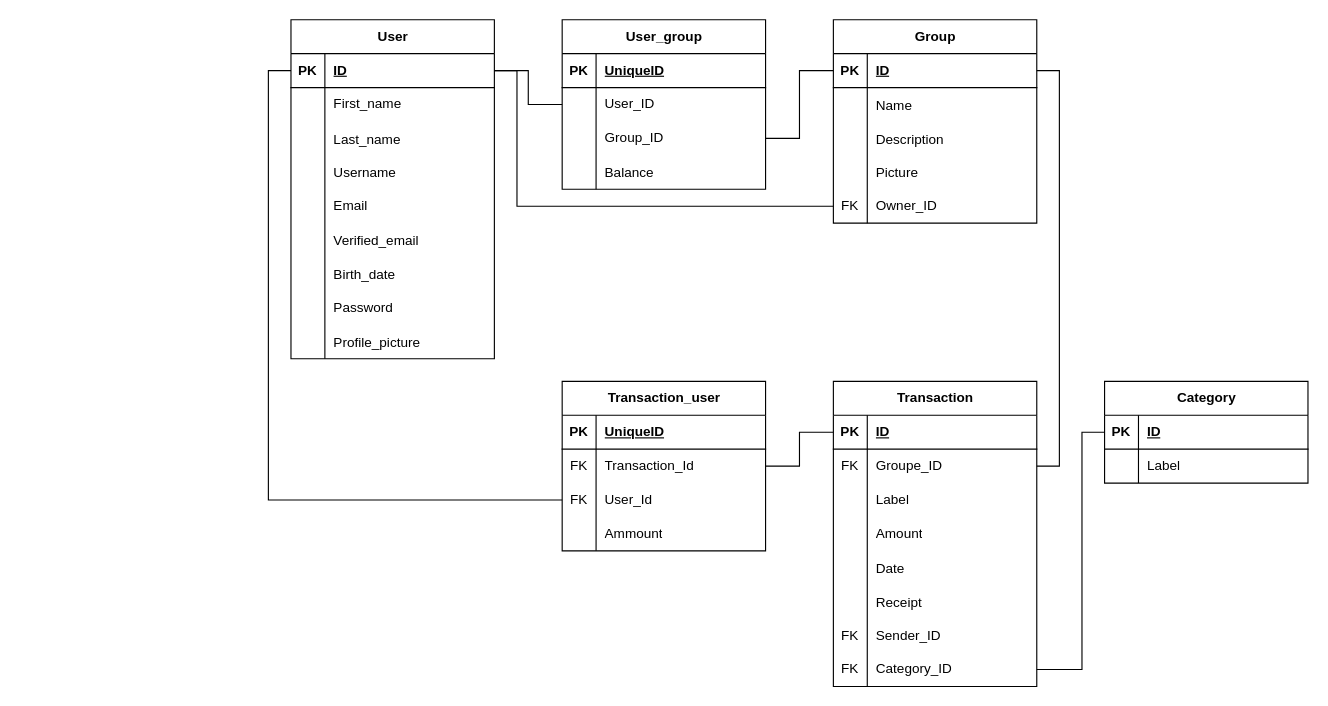
Above: Non Code/Diagramme_BDD.drawio in Titan327/3PROJ (draw.io), before the change. Source tidied: cells renumbered, new cells numbered last; positions are measured from the earlier drawing's top-left corner, leaving out a move shared by most shapes. Both pictures are drawn from the tidied source at 113%, with x=0, y=0 at pixel (268, 19).
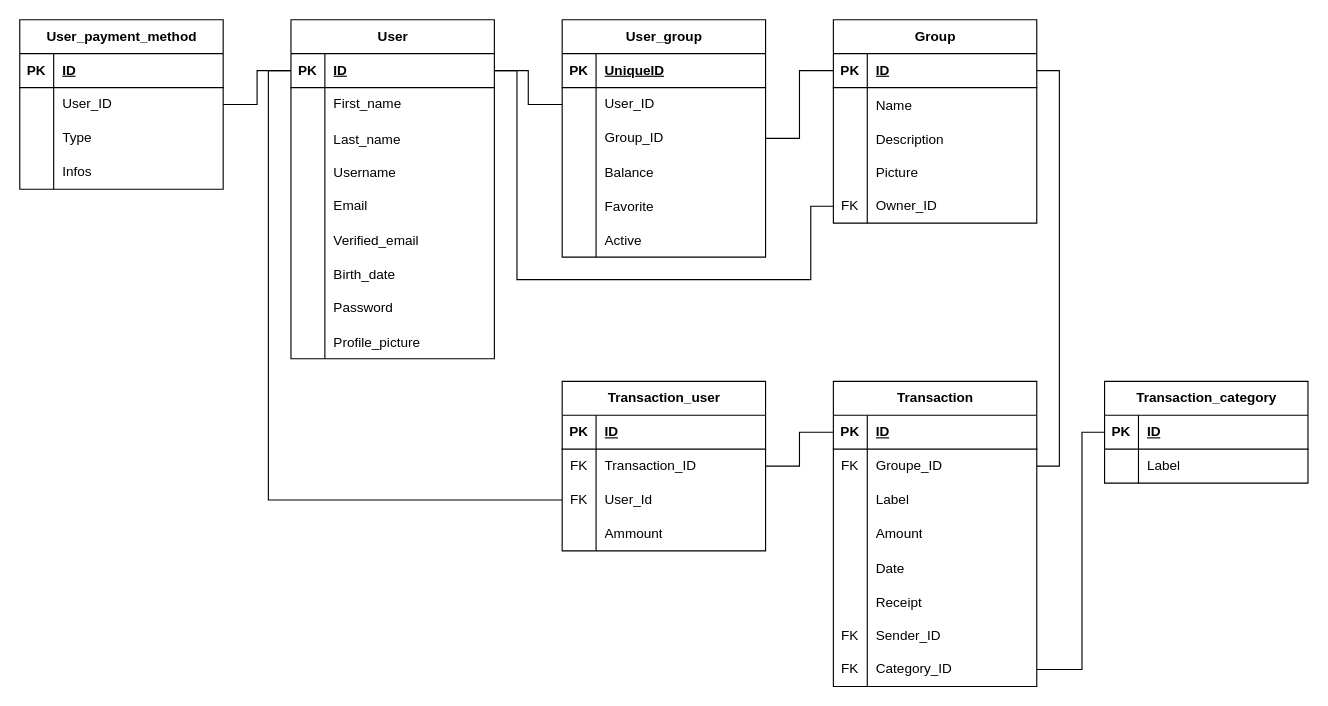
The same page after the edit.

The change refers to these unchanged cells:
```xml
<mxCell id="3" style="shape=tableRow;horizontal=0;startSize=0;swimlaneHead=0;swimlaneBody=0;fillColor=none;points=[[0,0.5],[1,0.5]];portConstraint=eastwest;top=0;left=0;right=0;bottom=1;" parent="2" vertex="1">
  <mxGeometry y="30" width="180" height="30" as="geometry" />
</mxCell>
<mxCell id="43" style="shape=tableRow;horizontal=0;startSize=0;swimlaneHead=0;swimlaneBody=0;fillColor=none;points=[[0,0.5],[1,0.5]];portConstraint=eastwest;top=0;left=0;right=0;bottom=0;" parent="30" vertex="1">
  <mxGeometry y="150" width="180" height="30" as="geometry" />
</mxCell>
<mxCell id="96" style="shape=tableRow;horizontal=0;startSize=0;swimlaneHead=0;swimlaneBody=0;fillColor=none;top=0;left=0;right=0;bottom=1;" parent="95" vertex="1">
  <mxGeometry y="30" width="180" height="30" as="geometry" />
</mxCell>
<mxCell id="99" style="shape=tableRow;horizontal=0;startSize=0;swimlaneHead=0;swimlaneBody=0;fillColor=none;points=[[0,0.5],[1,0.5]];portConstraint=eastwest;top=0;left=0;right=0;bottom=0;" parent="95" vertex="1">
  <mxGeometry y="60" width="180" height="30" as="geometry" />
</mxCell>
<mxCell id="102" style="shape=tableRow;horizontal=0;startSize=0;swimlaneHead=0;swimlaneBody=0;fillColor=none;points=[[0,0.5],[1,0.5]];portConstraint=eastwest;top=0;left=0;right=0;bottom=0;" parent="95" vertex="1">
  <mxGeometry y="90" width="180" height="30" as="geometry" />
</mxCell>
```

Change to the diagram source:
```diff
@@
-    <mxCell id="71" value="Category" style="shape=table;startSize=30;childLayout=tableLayout;rowLines=0;fontStyle=1;align=center;html=1;" parent="1" vertex="1">
+    <mxCell id="71" value="Transaction_category" style="shape=table;startSize=30;childLayout=tableLayout;rowLines=0;fontStyle=1;align=center;html=1;" parent="1" vertex="1">
       <mxGeometry x="740" y="320" width="180" height="90" as="geometry" />
     </mxCell>
@@
     <mxCell id="78" value="User_group" style="shape=table;startSize=30;childLayout=tableLayout;rowLines=0;fontStyle=1;align=center;html=1;" parent="1" vertex="1">
-      <mxGeometry x="260" width="180" height="150" as="geometry" />
+      <mxGeometry x="260" width="180" height="210" as="geometry" />
     </mxCell>
@@
+    <mxCell id="111" style="shape=tableRow;horizontal=0;startSize=0;swimlaneHead=0;swimlaneBody=0;fillColor=none;top=0;left=0;right=0;bottom=0;" parent="78" vertex="1">
+      <mxGeometry y="150" width="180" height="30" as="geometry" />
+    </mxCell>
+    <mxCell id="112" style="shape=partialRectangle;fillColor=none;top=0;left=0;bottom=0;right=0;overflow=hidden;" parent="111" vertex="1">
+      <mxGeometry width="30" height="30" as="geometry" />
+    </mxCell>
+    <mxCell id="113" value="Favorite" style="shape=partialRectangle;fillColor=none;top=0;left=0;bottom=0;right=0;align=left;spacingLeft=6;overflow=hidden;" parent="111" vertex="1">
+      <mxGeometry x="30" width="150" height="30" as="geometry" />
+    </mxCell>
+    <mxCell id="114" style="shape=tableRow;horizontal=0;startSize=0;swimlaneHead=0;swimlaneBody=0;fillColor=none;top=0;left=0;right=0;bottom=0;" parent="78" vertex="1">
+      <mxGeometry y="180" width="180" height="30" as="geometry" />
+    </mxCell>
+    <mxCell id="115" style="shape=partialRectangle;fillColor=none;top=0;left=0;bottom=0;right=0;overflow=hidden;" parent="114" vertex="1">
+      <mxGeometry width="30" height="30" as="geometry" />
+    </mxCell>
+    <mxCell id="116" value="Active" style="shape=partialRectangle;fillColor=none;top=0;left=0;bottom=0;right=0;align=left;spacingLeft=6;overflow=hidden;" parent="114" vertex="1">
+      <mxGeometry x="30" width="150" height="30" as="geometry" />
+    </mxCell>
@@
-    <mxCell id="98" value="UniqueID" style="shape=partialRectangle;fillColor=none;top=0;left=0;bottom=0;right=0;align=left;spacingLeft=6;fontStyle=5;overflow=hidden;whiteSpace=wrap;html=1;" parent="96" vertex="1">
+    <mxCell id="98" value="ID" style="shape=partialRectangle;fillColor=none;top=0;left=0;bottom=0;right=0;align=left;spacingLeft=6;fontStyle=5;overflow=hidden;whiteSpace=wrap;html=1;" parent="96" vertex="1">
       <mxGeometry x="30" width="150" height="30" as="geometry" />
     </mxCell>
@@
-    <mxCell id="101" value="Transaction_Id" style="shape=partialRectangle;fillColor=none;top=0;left=0;bottom=0;right=0;align=left;spacingLeft=6;fontStyle=0;overflow=hidden;whiteSpace=wrap;html=1;" parent="99" vertex="1">
+    <mxCell id="101" value="Transaction_ID" style="shape=partialRectangle;fillColor=none;top=0;left=0;bottom=0;right=0;align=left;spacingLeft=6;fontStyle=0;overflow=hidden;whiteSpace=wrap;html=1;" parent="99" vertex="1">
       <mxGeometry x="30" width="150" height="30" as="geometry" />
     </mxCell>
@@
-    <mxCell id="109" style="endArrow=none;html=1;rounded=0;entryX=0;entryY=0.5;entryDx=0;entryDy=0;edgeStyle=orthogonalEdgeStyle;" parent="1" edge="1" target="102">
+    <mxCell id="109" style="endArrow=none;html=1;rounded=0;entryX=0;entryY=0.5;entryDx=0;entryDy=0;edgeStyle=orthogonalEdgeStyle;exitX=0;exitY=0.5;exitDx=0;exitDy=0;" parent="1" edge="1" source="3" target="102">
       <mxGeometry relative="1" as="geometry">
-        <mxPoint x="20" y="45" as="sourcePoint" />
         <Array as="points">
           <mxPoint y="45" />
           <mxPoint y="425" />
         </Array>
       </mxGeometry>
     </mxCell>
     <mxCell id="110" style="endArrow=none;html=1;rounded=0;entryX=0;entryY=0.5;entryDx=0;entryDy=0;exitX=1;exitY=0.5;exitDx=0;exitDy=0;edgeStyle=orthogonalEdgeStyle;" parent="1" edge="1" source="3" target="43">
       <mxGeometry relative="1" as="geometry">
         <Array as="points">
           <mxPoint x="220" y="45" />
-          <mxPoint x="220" y="165" />
+          <mxPoint x="220" y="230" />
+          <mxPoint x="480" y="230" />
+          <mxPoint x="480" y="165" />
         </Array>
       </mxGeometry>
     </mxCell>
+    <mxCell id="117" value="User_payment_method" style="shape=table;startSize=30;childLayout=tableLayout;rowLines=0;fontStyle=1;align=center;html=1;" parent="1" vertex="1">
+      <mxGeometry x="-220" width="180" height="150" as="geometry" />
+    </mxCell>
+    <mxCell id="118" style="shape=tableRow;horizontal=0;startSize=0;swimlaneHead=0;swimlaneBody=0;fillColor=none;top=0;left=0;right=0;bottom=1;" parent="117" vertex="1">
+      <mxGeometry y="30" width="180" height="30" as="geometry" />
+    </mxCell>
+    <mxCell id="119" value="PK" style="shape=partialRectangle;fillColor=none;top=0;left=0;bottom=0;right=0;fontStyle=1;overflow=hidden;whiteSpace=wrap;html=1;" parent="118" vertex="1">
+      <mxGeometry width="30" height="30" as="geometry" />
+    </mxCell>
+    <mxCell id="120" value="ID" style="shape=partialRectangle;fillColor=none;top=0;left=0;bottom=0;right=0;align=left;spacingLeft=6;fontStyle=5;overflow=hidden;whiteSpace=wrap;html=1;" parent="118" vertex="1">
+      <mxGeometry x="30" width="150" height="30" as="geometry" />
+    </mxCell>
+    <mxCell id="121" style="shape=tableRow;horizontal=0;startSize=0;swimlaneHead=0;swimlaneBody=0;fillColor=none;points=[[0,0.5],[1,0.5]];portConstraint=eastwest;top=0;left=0;right=0;bottom=0;" parent="117" vertex="1">
+      <mxGeometry y="60" width="180" height="30" as="geometry" />
+    </mxCell>
+    <mxCell id="122" style="shape=partialRectangle;fillColor=none;top=0;left=0;bottom=0;right=0;overflow=hidden;whiteSpace=wrap;html=1;" parent="121" vertex="1">
+      <mxGeometry width="30" height="30" as="geometry" />
+    </mxCell>
+    <mxCell id="123" value="User_ID" style="shape=partialRectangle;fillColor=none;top=0;left=0;bottom=0;right=0;align=left;spacingLeft=6;overflow=hidden;whiteSpace=wrap;html=1;" parent="121" vertex="1">
+      <mxGeometry x="30" width="150" height="30" as="geometry" />
+    </mxCell>
+    <mxCell id="124" style="shape=tableRow;horizontal=0;startSize=0;swimlaneHead=0;swimlaneBody=0;fillColor=none;top=0;left=0;right=0;bottom=0;" parent="117" vertex="1">
+      <mxGeometry y="90" width="180" height="30" as="geometry" />
+    </mxCell>
+    <mxCell id="125" style="shape=partialRectangle;fillColor=none;top=0;left=0;bottom=0;right=0;overflow=hidden;whiteSpace=wrap;html=1;" parent="124" vertex="1">
+      <mxGeometry width="30" height="30" as="geometry" />
+    </mxCell>
+    <mxCell id="126" value="Type" style="shape=partialRectangle;fillColor=none;top=0;left=0;bottom=0;right=0;align=left;spacingLeft=6;overflow=hidden;whiteSpace=wrap;html=1;" parent="124" vertex="1">
+      <mxGeometry x="30" width="150" height="30" as="geometry" />
+    </mxCell>
+    <mxCell id="127" style="shape=tableRow;horizontal=0;startSize=0;swimlaneHead=0;swimlaneBody=0;fillColor=none;top=0;left=0;right=0;bottom=0;" parent="117" vertex="1">
+      <mxGeometry y="120" width="180" height="30" as="geometry" />
+    </mxCell>
+    <mxCell id="128" style="shape=partialRectangle;fillColor=none;top=0;left=0;bottom=0;right=0;overflow=hidden;whiteSpace=wrap;html=1;" parent="127" vertex="1">
+      <mxGeometry width="30" height="30" as="geometry" />
+    </mxCell>
+    <mxCell id="129" value="Infos" style="shape=partialRectangle;fillColor=none;top=0;left=0;bottom=0;right=0;align=left;spacingLeft=6;overflow=hidden;whiteSpace=wrap;html=1;" parent="127" vertex="1">
+      <mxGeometry x="30" width="150" height="30" as="geometry" />
+    </mxCell>
+    <mxCell id="130" style="endArrow=none;html=1;rounded=0;entryX=0;entryY=0.5;entryDx=0;entryDy=0;exitX=1;exitY=0.5;exitDx=0;exitDy=0;edgeStyle=orthogonalEdgeStyle;" parent="1" edge="1" source="121" target="3">
+      <mxGeometry relative="1" as="geometry" />
+    </mxCell>
```
